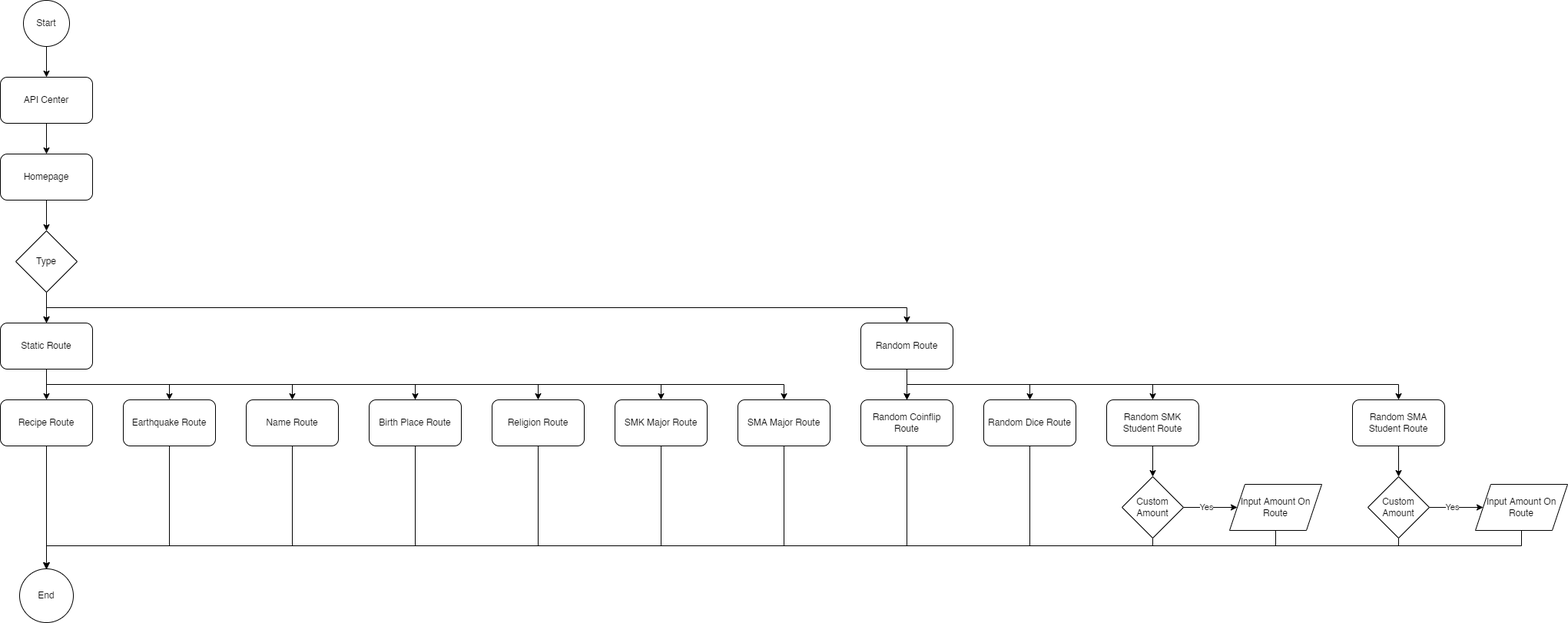
This is diagrams/flowchart.drawio.png from astrantialabs/api-center, a draw.io export, as it was before one commit. Source tidied: cells renumbered, new cells last; positions are measured from the earlier drawing's top-left corner, leaving out a move shared by most shapes.
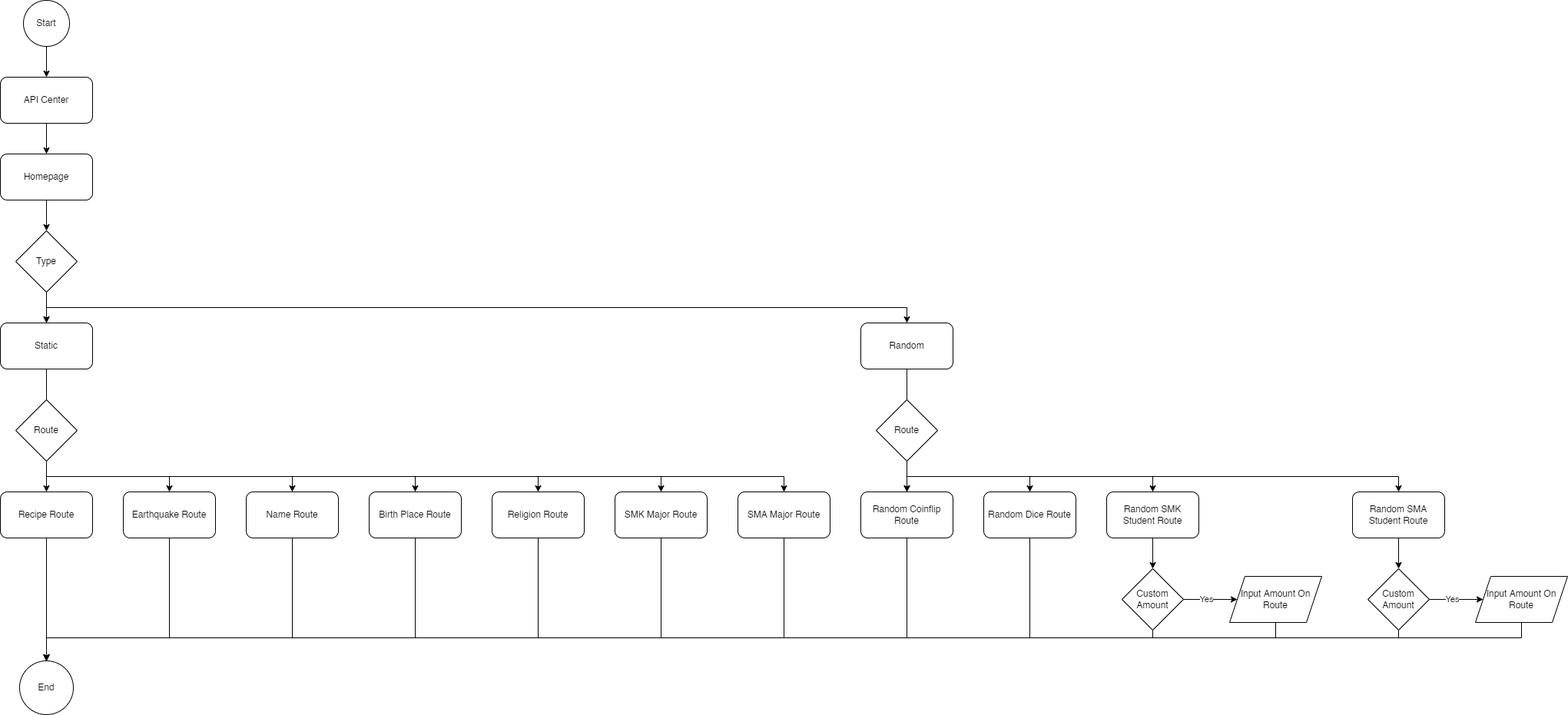
After the commit.

Change to the diagram source:
```diff
@@ -6,13 +6,13 @@
       <mxGeometry relative="1" as="geometry" />
     </mxCell>
     <mxCell id="3" value="API Center" style="rounded=1;whiteSpace=wrap;html=1;" parent="1" vertex="1">
-      <mxGeometry y="100" width="120" height="60" as="geometry" />
+      <mxGeometry y="-20" width="120" height="60" as="geometry" />
     </mxCell>
     <mxCell id="4" style="edgeStyle=orthogonalEdgeStyle;rounded=0;jettySize=auto;html=1;entryX=0.5;entryY=0;entryDx=0;entryDy=0;entryPerimeter=0;" parent="1" edge="1" source="5" target="10">
       <mxGeometry relative="1" as="geometry" />
     </mxCell>
     <mxCell id="5" value="Homepage" style="rounded=1;whiteSpace=wrap;html=1;" parent="1" vertex="1">
-      <mxGeometry y="200" width="120" height="60" as="geometry" />
+      <mxGeometry y="80" width="120" height="60" as="geometry" />
     </mxCell>
     <mxCell id="6" style="edgeStyle=orthogonalEdgeStyle;rounded=0;jettySize=auto;html=1;exitX=0.5;exitY=1;exitDx=0;exitDy=0;" parent="1" edge="1" source="59" target="3">
       <mxGeometry relative="1" as="geometry" />
@@ -26,13 +26,13 @@
     <mxCell id="9" style="edgeStyle=orthogonalEdgeStyle;rounded=0;jettySize=auto;html=1;" parent="1" edge="1" source="10" target="46">
       <mxGeometry relative="1" as="geometry">
         <Array as="points">
-          <mxPoint x="60" y="400" />
-          <mxPoint x="1180" y="400" />
+          <mxPoint x="60" y="280" />
+          <mxPoint x="1180" y="280" />
         </Array>
       </mxGeometry>
     </mxCell>
     <mxCell id="10" value="Type" style="rhombus;whiteSpace=wrap;html=1;" parent="1" vertex="1">
-      <mxGeometry x="20" y="300" width="80" height="80" as="geometry" />
+      <mxGeometry x="20" y="180" width="80" height="80" as="geometry" />
     </mxCell>
     <mxCell id="11" style="edgeStyle=orthogonalEdgeStyle;rounded=0;jettySize=auto;html=1;" parent="1" edge="1" source="12" target="60">
       <mxGeometry relative="1" as="geometry" />
@@ -143,10 +143,6 @@
     <mxCell id="33" style="edgeStyle=orthogonalEdgeStyle;rounded=0;jettySize=auto;html=1;" parent="1" edge="1" source="40">
       <mxGeometry relative="1" as="geometry">
         <mxPoint x="60" y="520" as="targetPoint" />
-        <Array as="points">
-          <mxPoint x="60" y="500" />
-          <mxPoint x="60" y="500" />
-        </Array>
       </mxGeometry>
     </mxCell>
     <mxCell id="34" style="edgeStyle=orthogonalEdgeStyle;rounded=0;jettySize=auto;html=1;entryX=0.5;entryY=0;entryDx=0;entryDy=0;" parent="1" edge="1" source="40" target="14">
@@ -181,9 +177,8 @@
         </Array>
       </mxGeometry>
     </mxCell>
-    <mxCell id="38" style="edgeStyle=orthogonalEdgeStyle;rounded=0;jettySize=auto;html=1;" parent="1" edge="1" source="40">
+    <mxCell id="38" style="edgeStyle=orthogonalEdgeStyle;rounded=0;jettySize=auto;html=1;entryX=0.5;entryY=0;entryDx=0;entryDy=0;" parent="1" edge="1" source="40" target="22">
       <mxGeometry relative="1" as="geometry">
-        <mxPoint x="860" y="520" as="targetPoint" />
         <Array as="points">
           <mxPoint x="60" y="500" />
           <mxPoint x="860" y="500" />
@@ -198,8 +193,8 @@
         </Array>
       </mxGeometry>
     </mxCell>
-    <mxCell id="40" value="Static Route" style="rounded=1;whiteSpace=wrap;html=1;" parent="1" vertex="1">
-      <mxGeometry y="420" width="120" height="60" as="geometry" />
+    <mxCell id="40" value="Static" style="rounded=1;whiteSpace=wrap;html=1;" parent="1" vertex="1">
+      <mxGeometry y="300" width="120" height="60" as="geometry" />
     </mxCell>
     <mxCell id="41" style="edgeStyle=orthogonalEdgeStyle;rounded=0;jettySize=auto;html=1;entryX=0.5;entryY=0;entryDx=0;entryDy=0;" parent="1" edge="1" source="46" target="26">
       <mxGeometry relative="1" as="geometry" />
@@ -231,8 +226,8 @@
         </Array>
       </mxGeometry>
     </mxCell>
-    <mxCell id="46" value="Random Route" style="rounded=1;whiteSpace=wrap;html=1;" parent="1" vertex="1">
-      <mxGeometry x="1120" y="420" width="120" height="60" as="geometry" />
+    <mxCell id="46" value="Random" style="rounded=1;whiteSpace=wrap;html=1;" parent="1" vertex="1">
+      <mxGeometry x="1120" y="300" width="120" height="60" as="geometry" />
     </mxCell>
     <mxCell id="47" style="edgeStyle=orthogonalEdgeStyle;rounded=0;jettySize=auto;html=1;entryX=0;entryY=0.5;entryDx=0;entryDy=0;" parent="1" edge="1" source="50" target="52">
       <mxGeometry relative="1" as="geometry" />
@@ -291,10 +286,16 @@
       <mxGeometry x="1920" y="630" width="120" height="60" as="geometry" />
     </mxCell>
     <mxCell id="59" value="Start" style="ellipse;whiteSpace=wrap;html=1;" parent="1" vertex="1">
-      <mxGeometry x="30" width="60" height="60" as="geometry" />
+      <mxGeometry x="30" y="-120" width="60" height="60" as="geometry" />
     </mxCell>
     <mxCell id="60" value="End" style="ellipse;whiteSpace=wrap;html=1;" parent="1" vertex="1">
       <mxGeometry x="25" y="740" width="70" height="70" as="geometry" />
     </mxCell>
+    <mxCell id="61" value="Route" style="rhombus;whiteSpace=wrap;html=1;" parent="1" vertex="1">
+      <mxGeometry x="20" y="400" width="80" height="80" as="geometry" />
+    </mxCell>
+    <mxCell id="62" value="Route" style="rhombus;whiteSpace=wrap;html=1;" parent="1" vertex="1">
+      <mxGeometry x="1140" y="400" width="80" height="80" as="geometry" />
+    </mxCell>
   </root>
 </mxGraphModel>
```
